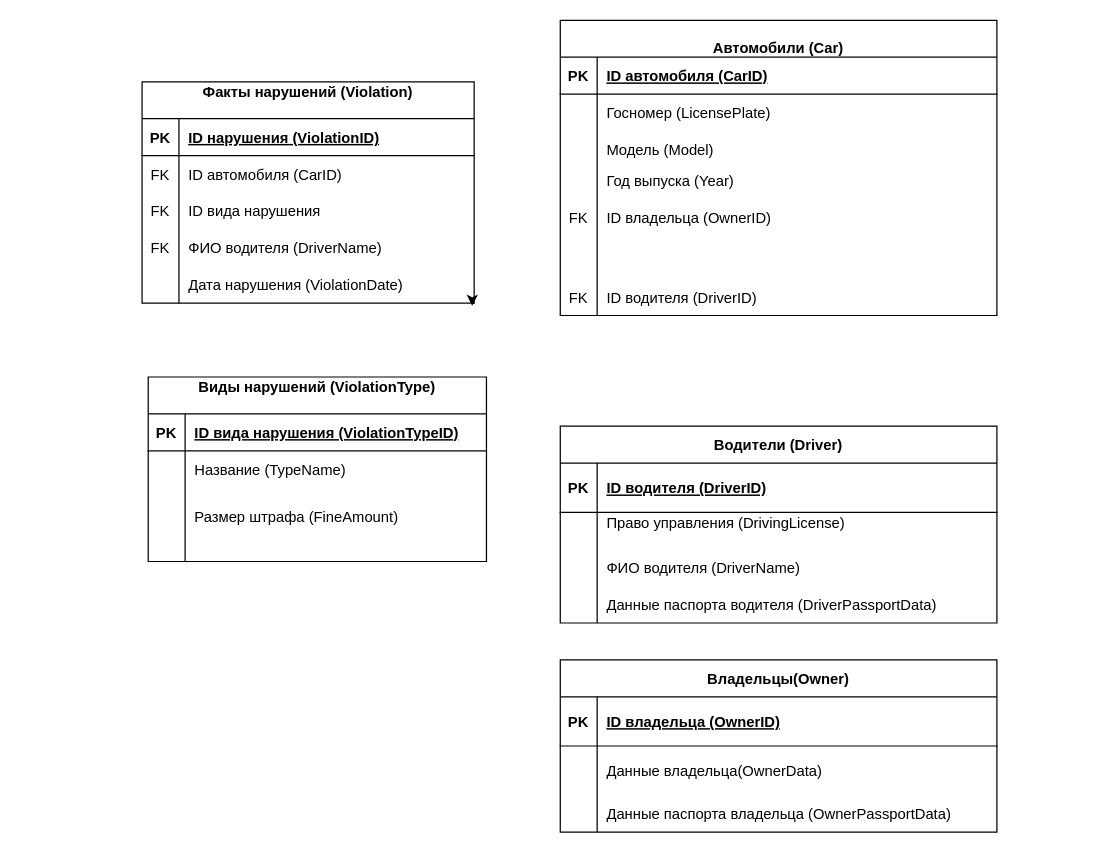
Before: Диаграмма без названия.drawio in Bondareno/glass-containers, a draw.io diagram. Source tidied: cells renumbered, new cells numbered last; positions are measured from the earlier drawing's top-left corner, leaving out a move shared by most shapes. Both pictures are drawn from the tidied source at 123%, with x=0, y=0 at pixel (141, 20).
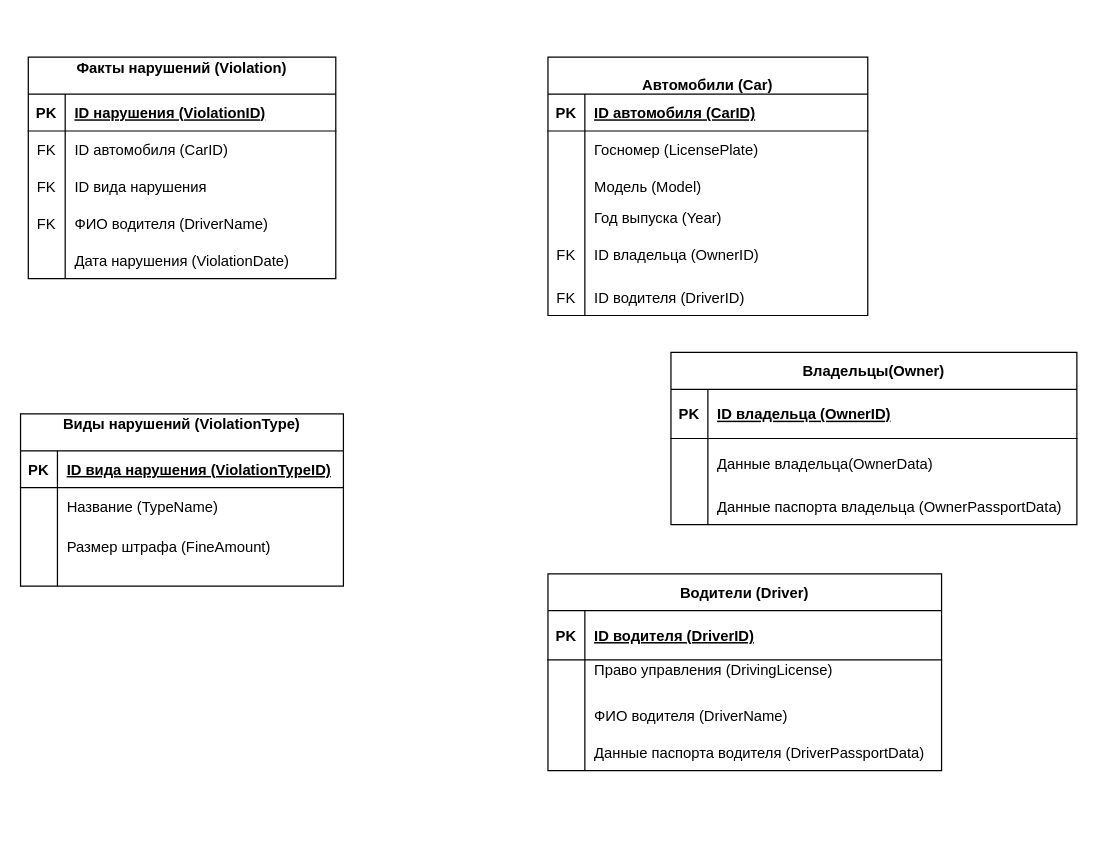
Above is the later version.

Change to the diagram source:
```diff
@@
     <mxCell id="2" value="Виды нарушений (ViolationType)&#10;" style="shape=table;startSize=30;childLayout=tableLayout;rowLines=0;fontStyle=1;align=center;" parent="1" vertex="1">
-      <mxGeometry x="5" y="290" width="275" height="150" as="geometry" />
+      <mxGeometry x="-98.8" y="320" width="262.5" height="140" as="geometry" />
     </mxCell>
     <mxCell id="3" style="shape=partialRectangle;fillColor=none;top=0;left=0;right=0;bottom=1;" parent="2" vertex="1">
-      <mxGeometry y="30" width="275" height="30" as="geometry" />
+      <mxGeometry y="30" width="262.5" height="30" as="geometry" />
     </mxCell>
@@
     <mxCell id="5" value="ID вида нарушения (ViolationTypeID)" style="shape=partialRectangle;overflow=hidden;fillColor=none;top=0;left=0;bottom=0;right=0;align=left;spacingLeft=6;fontStyle=5;" parent="3" vertex="1">
-      <mxGeometry x="30" width="245" height="30" as="geometry" />
+      <mxGeometry x="30" width="232.5" height="30" as="geometry" />
     </mxCell>
     <mxCell id="6" style="shape=partialRectangle;fillColor=none;top=0;left=0;right=0;bottom=0;" parent="2" vertex="1">
-      <mxGeometry y="60" width="275" height="30" as="geometry" />
+      <mxGeometry y="60" width="262.5" height="30" as="geometry" />
     </mxCell>
@@
     <mxCell id="8" value="Название (TypeName)" style="shape=partialRectangle;overflow=hidden;fillColor=none;top=0;left=0;bottom=0;right=0;align=left;spacingLeft=6;" parent="6" vertex="1">
-      <mxGeometry x="30" width="245" height="30" as="geometry" />
+      <mxGeometry x="30" width="232.5" height="30" as="geometry" />
     </mxCell>
     <mxCell id="9" style="shape=partialRectangle;fillColor=none;top=0;left=0;right=0;bottom=0;" parent="2" vertex="1">
-      <mxGeometry y="90" width="275" height="60" as="geometry" />
+      <mxGeometry y="90" width="262.5" height="50" as="geometry" />
     </mxCell>
     <mxCell id="10" style="shape=partialRectangle;overflow=hidden;fillColor=none;top=0;left=0;bottom=0;right=0;" parent="9" vertex="1">
-      <mxGeometry width="30" height="60" as="geometry" />
+      <mxGeometry width="30" height="50" as="geometry" />
     </mxCell>
     <mxCell id="11" value="Размер штрафа (FineAmount)&#10;" style="shape=partialRectangle;overflow=hidden;fillColor=none;top=0;left=0;bottom=0;right=0;align=left;spacingLeft=6;" parent="9" vertex="1">
-      <mxGeometry x="30" width="245" height="60" as="geometry" />
+      <mxGeometry x="30" width="232.5" height="50" as="geometry" />
     </mxCell>
     <mxCell id="12" value="Факты нарушений (Violation)&#10;" style="shape=table;startSize=30;childLayout=tableLayout;rowLines=0;fontStyle=1;align=center;" parent="1" vertex="1">
-      <mxGeometry y="50" width="270" height="180" as="geometry" />
+      <mxGeometry x="-92.5" y="30" width="250" height="180" as="geometry" />
     </mxCell>
     <mxCell id="13" style="shape=partialRectangle;fillColor=none;top=0;left=0;right=0;bottom=1;" parent="12" vertex="1">
-      <mxGeometry y="30" width="270" height="30" as="geometry" />
+      <mxGeometry y="30" width="250" height="30" as="geometry" />
     </mxCell>
@@
     <mxCell id="15" value="ID нарушения (ViolationID)" style="shape=partialRectangle;overflow=hidden;fillColor=none;top=0;left=0;bottom=0;right=0;align=left;spacingLeft=6;fontStyle=5;" parent="13" vertex="1">
-      <mxGeometry x="30" width="240" height="30" as="geometry" />
+      <mxGeometry x="30" width="220" height="30" as="geometry" />
     </mxCell>
     <mxCell id="16" style="shape=partialRectangle;fillColor=none;top=0;left=0;right=0;bottom=0;" parent="12" vertex="1">
-      <mxGeometry y="60" width="270" height="30" as="geometry" />
+      <mxGeometry y="60" width="250" height="30" as="geometry" />
     </mxCell>
@@
     <mxCell id="18" value="ID автомобиля (CarID)" style="shape=partialRectangle;overflow=hidden;fillColor=none;top=0;left=0;bottom=0;right=0;align=left;spacingLeft=6;" parent="16" vertex="1">
-      <mxGeometry x="30" width="240" height="30" as="geometry" />
+      <mxGeometry x="30" width="220" height="30" as="geometry" />
     </mxCell>
     <mxCell id="19" style="shape=partialRectangle;fillColor=none;top=0;left=0;right=0;bottom=0;" parent="12" vertex="1">
-      <mxGeometry y="90" width="270" height="30" as="geometry" />
+      <mxGeometry y="90" width="250" height="30" as="geometry" />
     </mxCell>
@@
     <mxCell id="21" value="ID вида нарушения " style="shape=partialRectangle;overflow=hidden;fillColor=none;top=0;left=0;bottom=0;right=0;align=left;spacingLeft=6;" parent="19" vertex="1">
-      <mxGeometry x="30" width="240" height="30" as="geometry" />
+      <mxGeometry x="30" width="220" height="30" as="geometry" />
     </mxCell>
     <mxCell id="22" style="shape=partialRectangle;fillColor=none;top=0;left=0;right=0;bottom=0;" parent="12" vertex="1">
-      <mxGeometry y="120" width="270" height="30" as="geometry" />
+      <mxGeometry y="120" width="250" height="30" as="geometry" />
     </mxCell>
@@
     <mxCell id="24" value="ФИО водителя (DriverName)" style="shape=partialRectangle;overflow=hidden;fillColor=none;top=0;left=0;bottom=0;right=0;align=left;spacingLeft=6;" parent="22" vertex="1">
-      <mxGeometry x="30" width="240" height="30" as="geometry" />
+      <mxGeometry x="30" width="220" height="30" as="geometry" />
     </mxCell>
     <mxCell id="25" style="shape=partialRectangle;fillColor=none;points=[[0,0.5],[1,0.5]];portConstraint=eastwest;top=0;left=0;right=0;bottom=0;" parent="12" vertex="1">
-      <mxGeometry y="150" width="270" height="30" as="geometry" />
+      <mxGeometry y="150" width="250" height="30" as="geometry" />
     </mxCell>
@@
     <mxCell id="27" value="Дата нарушения (ViolationDate)" style="shape=partialRectangle;overflow=hidden;fillColor=none;top=0;left=0;bottom=0;right=0;align=left;spacingLeft=6;" parent="25" vertex="1">
-      <mxGeometry x="30" width="240" height="30" as="geometry" />
+      <mxGeometry x="30" width="220" height="30" as="geometry" />
     </mxCell>
-    <mxCell id="28" style="edgeStyle=orthogonalEdgeStyle;rounded=0;jettySize=auto;html=1;exitX=1;exitY=1;exitDx=0;exitDy=0;entryX=0.994;entryY=1.071;entryDx=0;entryDy=0;entryPerimeter=0;" parent="12" edge="1" source="12" target="25">
-      <mxGeometry relative="1" as="geometry" />
-    </mxCell>
     <mxCell id="29" value="&#10;Автомобили (Car)" style="shape=table;startSize=30;childLayout=tableLayout;rowLines=0;fontStyle=1;align=center;" parent="1" vertex="1">
-      <mxGeometry x="340" width="355" height="240" as="geometry" />
+      <mxGeometry x="330" y="30" width="260" height="210" as="geometry" />
     </mxCell>
     <mxCell id="30" style="shape=partialRectangle;fillColor=none;top=0;left=0;right=0;bottom=1;" parent="29" vertex="1">
-      <mxGeometry y="30" width="355" height="30" as="geometry" />
+      <mxGeometry y="30" width="260" height="30" as="geometry" />
     </mxCell>
@@
     <mxCell id="32" value="ID автомобиля (CarID)" style="shape=partialRectangle;overflow=hidden;fillColor=none;top=0;left=0;bottom=0;right=0;align=left;spacingLeft=6;fontStyle=5;" parent="30" vertex="1">
-      <mxGeometry x="30" width="325" height="30" as="geometry" />
+      <mxGeometry x="30" width="230" height="30" as="geometry" />
     </mxCell>
     <mxCell id="33" style="shape=partialRectangle;fillColor=none;top=0;left=0;right=0;bottom=0;" parent="29" vertex="1">
-      <mxGeometry y="60" width="355" height="30" as="geometry" />
+      <mxGeometry y="60" width="260" height="30" as="geometry" />
     </mxCell>
@@
     <mxCell id="35" value="Госномер (LicensePlate)" style="shape=partialRectangle;overflow=hidden;fillColor=none;top=0;left=0;bottom=0;right=0;align=left;spacingLeft=6;" parent="33" vertex="1">
-      <mxGeometry x="30" width="325" height="30" as="geometry" />
+      <mxGeometry x="30" width="230" height="30" as="geometry" />
     </mxCell>
     <mxCell id="36" style="shape=partialRectangle;fillColor=none;top=0;left=0;right=0;bottom=0;" parent="29" vertex="1">
-      <mxGeometry y="90" width="355" height="30" as="geometry" />
+      <mxGeometry y="90" width="260" height="30" as="geometry" />
     </mxCell>
@@
     <mxCell id="38" value="Модель (Model)" style="shape=partialRectangle;overflow=hidden;fillColor=none;top=0;left=0;bottom=0;right=0;align=left;spacingLeft=6;" parent="36" vertex="1">
-      <mxGeometry x="30" width="325" height="30" as="geometry" />
+      <mxGeometry x="30" width="230" height="30" as="geometry" />
     </mxCell>
     <mxCell id="39" style="shape=partialRectangle;fillColor=none;top=0;left=0;right=0;bottom=0;" parent="29" vertex="1">
-      <mxGeometry y="120" width="355" height="20" as="geometry" />
+      <mxGeometry y="120" width="260" height="20" as="geometry" />
     </mxCell>
@@
     <mxCell id="41" value="Год выпуска (Year)" style="shape=partialRectangle;overflow=hidden;fillColor=none;top=0;left=0;bottom=0;right=0;align=left;spacingLeft=6;" parent="39" vertex="1">
-      <mxGeometry x="30" width="325" height="20" as="geometry" />
+      <mxGeometry x="30" width="230" height="20" as="geometry" />
     </mxCell>
     <mxCell id="42" style="shape=partialRectangle;fillColor=none;top=0;left=0;right=0;bottom=0;" parent="29" vertex="1">
-      <mxGeometry y="140" width="355" height="40" as="geometry" />
+      <mxGeometry y="140" width="260" height="40" as="geometry" />
     </mxCell>
@@
     <mxCell id="44" value="ID владельца (OwnerID)" style="shape=partialRectangle;overflow=hidden;fillColor=none;top=0;left=0;bottom=0;right=0;align=left;spacingLeft=6;" parent="42" vertex="1">
-      <mxGeometry x="30" width="325" height="40" as="geometry" />
+      <mxGeometry x="30" width="230" height="40" as="geometry" />
     </mxCell>
-    <mxCell id="45" style="shape=partialRectangle;fillColor=none;top=0;left=0;right=0;bottom=0;" parent="29" vertex="1">
-      <mxGeometry y="180" width="355" height="30" as="geometry" />
-    </mxCell>
-    <mxCell id="46" style="shape=partialRectangle;overflow=hidden;fillColor=none;top=0;left=0;bottom=0;right=0;" parent="45" vertex="1">
-      <mxGeometry width="30" height="30" as="geometry" />
-    </mxCell>
-    <mxCell id="47" style="shape=partialRectangle;overflow=hidden;fillColor=none;top=0;left=0;bottom=0;right=0;align=left;spacingLeft=6;" parent="45" vertex="1">
-      <mxGeometry x="30" width="325" height="30" as="geometry" />
-    </mxCell>
     <mxCell id="48" style="shape=partialRectangle;fillColor=none;top=0;left=0;right=0;bottom=0;" parent="29" vertex="1">
-      <mxGeometry y="210" width="355" height="30" as="geometry" />
+      <mxGeometry y="180" width="260" height="30" as="geometry" />
     </mxCell>
@@
     <mxCell id="50" value="ID водителя (DriverID)" style="shape=partialRectangle;overflow=hidden;fillColor=none;top=0;left=0;bottom=0;right=0;align=left;spacingLeft=6;" parent="48" vertex="1">
-      <mxGeometry x="30" width="325" height="30" as="geometry" />
+      <mxGeometry x="30" width="230" height="30" as="geometry" />
     </mxCell>
     <mxCell id="51" value="Водители (Driver)" style="shape=table;startSize=30;childLayout=tableLayout;rowLines=0;fontStyle=1;align=center;" parent="1" vertex="1">
-      <mxGeometry x="340" y="330" width="355" height="160" as="geometry" />
+      <mxGeometry x="330" y="450" width="320" height="160" as="geometry" />
     </mxCell>
     <mxCell id="52" style="shape=partialRectangle;fillColor=none;top=0;left=0;right=0;bottom=1;" parent="51" vertex="1">
-      <mxGeometry y="30" width="355" height="40" as="geometry" />
+      <mxGeometry y="30" width="320" height="40" as="geometry" />
     </mxCell>
@@
     <mxCell id="54" value="ID водителя (DriverID)" style="shape=partialRectangle;overflow=hidden;fillColor=none;top=0;left=0;bottom=0;right=0;align=left;spacingLeft=6;fontStyle=5;" parent="52" vertex="1">
-      <mxGeometry x="30" width="325" height="40" as="geometry" />
+      <mxGeometry x="30" width="290" height="40" as="geometry" />
     </mxCell>
     <mxCell id="55" style="shape=partialRectangle;fillColor=none;top=0;left=0;right=0;bottom=0;" parent="51" vertex="1">
-      <mxGeometry y="70" width="355" height="30" as="geometry" />
+      <mxGeometry y="70" width="320" height="30" as="geometry" />
     </mxCell>
@@
     <mxCell id="57" value="Право управления (DrivingLicense)&#10;" style="shape=partialRectangle;overflow=hidden;fillColor=none;top=0;left=0;bottom=0;right=0;align=left;spacingLeft=6;" parent="55" vertex="1">
-      <mxGeometry x="30" width="325" height="30" as="geometry" />
+      <mxGeometry x="30" width="290" height="30" as="geometry" />
     </mxCell>
     <mxCell id="58" style="shape=partialRectangle;fillColor=none;top=0;left=0;right=0;bottom=0;" parent="51" vertex="1">
-      <mxGeometry y="100" width="355" height="30" as="geometry" />
+      <mxGeometry y="100" width="320" height="30" as="geometry" />
     </mxCell>
@@
     <mxCell id="60" value="ФИО водителя (DriverName)" style="shape=partialRectangle;overflow=hidden;fillColor=none;top=0;left=0;bottom=0;right=0;align=left;spacingLeft=6;" parent="58" vertex="1">
-      <mxGeometry x="30" width="325" height="30" as="geometry" />
+      <mxGeometry x="30" width="290" height="30" as="geometry" />
     </mxCell>
     <mxCell id="61" style="shape=partialRectangle;fillColor=none;top=0;left=0;right=0;bottom=0;" parent="51" vertex="1">
-      <mxGeometry y="130" width="355" height="30" as="geometry" />
+      <mxGeometry y="130" width="320" height="30" as="geometry" />
     </mxCell>
@@
     <mxCell id="63" value="Данные паспорта водителя (DriverPassportData)" style="shape=partialRectangle;overflow=hidden;fillColor=none;top=0;left=0;bottom=0;right=0;align=left;spacingLeft=6;" parent="61" vertex="1">
-      <mxGeometry x="30" width="325" height="30" as="geometry" />
+      <mxGeometry x="30" width="290" height="30" as="geometry" />
     </mxCell>
     <mxCell id="64" value="Владельцы(Owner)" style="shape=table;startSize=30;childLayout=tableLayout;rowLines=0;fontStyle=1;align=center;" parent="1" vertex="1">
-      <mxGeometry x="340" y="520" width="355" height="140" as="geometry" />
+      <mxGeometry x="430" y="270" width="330" height="140" as="geometry" />
     </mxCell>
     <mxCell id="65" style="shape=partialRectangle;fillColor=none;top=0;left=0;right=0;bottom=1;" parent="64" vertex="1">
-      <mxGeometry y="30" width="355" height="40" as="geometry" />
+      <mxGeometry y="30" width="330" height="40" as="geometry" />
     </mxCell>
@@
     <mxCell id="67" value="ID владельца (OwnerID)" style="shape=partialRectangle;overflow=hidden;fillColor=none;top=0;left=0;bottom=0;right=0;align=left;spacingLeft=6;fontStyle=5;" parent="65" vertex="1">
-      <mxGeometry x="30" width="325" height="40" as="geometry" />
+      <mxGeometry x="30" width="300" height="40" as="geometry" />
     </mxCell>
     <mxCell id="68" style="shape=partialRectangle;fillColor=none;top=0;left=0;right=0;bottom=0;" parent="64" vertex="1">
-      <mxGeometry y="70" width="355" height="40" as="geometry" />
+      <mxGeometry y="70" width="330" height="40" as="geometry" />
     </mxCell>
@@
     <mxCell id="70" value="Данные владельца(OwnerData)" style="shape=partialRectangle;overflow=hidden;fillColor=none;top=0;left=0;bottom=0;right=0;align=left;spacingLeft=6;" parent="68" vertex="1">
-      <mxGeometry x="30" width="325" height="40" as="geometry" />
+      <mxGeometry x="30" width="300" height="40" as="geometry" />
     </mxCell>
     <mxCell id="71" style="shape=partialRectangle;fillColor=none;top=0;left=0;right=0;bottom=0;" parent="64" vertex="1">
-      <mxGeometry y="110" width="355" height="30" as="geometry" />
+      <mxGeometry y="110" width="330" height="30" as="geometry" />
     </mxCell>
@@
     <mxCell id="73" value="Данные паспорта владельца (OwnerPassportData)" style="shape=partialRectangle;overflow=hidden;fillColor=none;top=0;left=0;bottom=0;right=0;align=left;spacingLeft=6;" parent="71" vertex="1">
-      <mxGeometry x="30" width="325" height="30" as="geometry" />
+      <mxGeometry x="30" width="300" height="30" as="geometry" />
     </mxCell>
```
